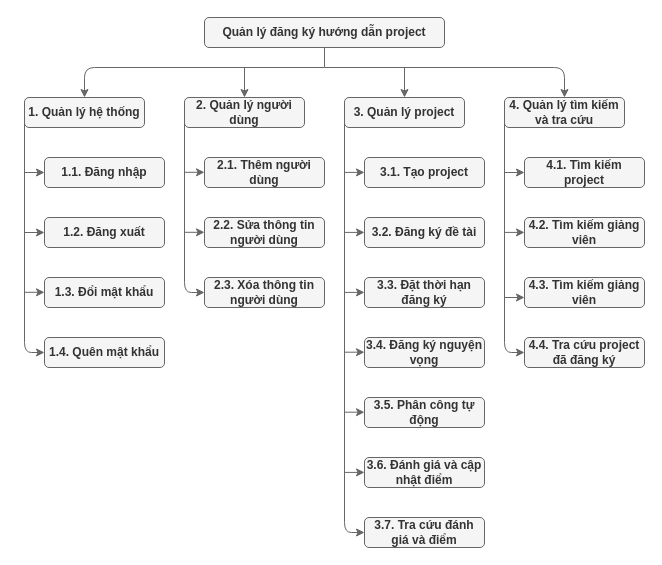
Earlier version of the draw.io diagram page "SDCN" (1 of 17) of doc/QuanLyDoAn.drawio (lampn0/quan_ly_do_an_20211). Source tidied: cells renumbered, new cells numbered last; positions are measured from the earlier drawing's top-left corner, leaving out a move shared by most shapes. Both pictures are drawn from the tidied source at 100%, with x=0, y=0 at pixel (24, 17).
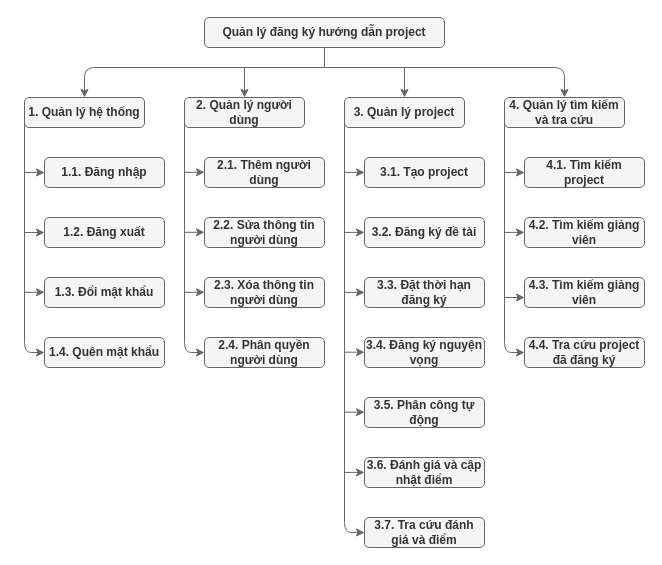
After the change.

Unchanged cells that the change refers to:
```xml
<mxCell id="4" value="2. Quản lý người dùng" style="rounded=1;whiteSpace=wrap;html=1;fontStyle=1;fillColor=#f5f5f5;strokeColor=#666666;fontColor=#333333;glass=0;" parent="1" vertex="1">
  <mxGeometry x="160" y="80" width="120" height="30" as="geometry" />
</mxCell>
<mxCell id="11" value="2.3. Xóa thông tin người dùng" style="rounded=1;whiteSpace=wrap;html=1;fontStyle=1;fillColor=#f5f5f5;strokeColor=#666666;fontColor=#333333;glass=0;" parent="1" vertex="1">
  <mxGeometry x="180" y="260" width="120" height="30" as="geometry" />
</mxCell>
```

The edit, as a diff of the source:
```diff
@@
-    <mxCell id="32" style="endArrow=classic;html=1;exitX=0;exitY=0.75;exitDx=0;exitDy=0;entryX=0;entryY=0.5;entryDx=0;entryDy=0;fillColor=#f5f5f5;strokeColor=#666666;" parent="1" edge="1" source="4" target="11">
+    <mxCell id="32" style="endArrow=classic;html=1;exitX=0;exitY=0.75;exitDx=0;exitDy=0;entryX=0;entryY=0.5;entryDx=0;entryDy=0;fillColor=#f5f5f5;strokeColor=#666666;" parent="1" edge="1" source="4" target="48">
       <mxGeometry relative="1" as="geometry">
         <Array as="points">
-          <mxPoint x="160" y="275" />
+          <mxPoint x="160" y="335" />
         </Array>
       </mxGeometry>
     </mxCell>
@@
+    <mxCell id="48" value="2.4. Phân quyền người dùng" style="rounded=1;whiteSpace=wrap;html=1;fontStyle=1;fillColor=#f5f5f5;strokeColor=#666666;fontColor=#333333;glass=0;" parent="1" vertex="1">
+      <mxGeometry x="180" y="320" width="120" height="30" as="geometry" />
+    </mxCell>
+    <mxCell id="49" style="endArrow=classic;html=1;fillColor=#f5f5f5;strokeColor=#666666;" parent="1" edge="1">
+      <mxGeometry relative="1" as="geometry">
+        <mxPoint x="160" y="274.8" as="sourcePoint" />
+        <mxPoint x="180" y="274.8" as="targetPoint" />
+      </mxGeometry>
+    </mxCell>
```
